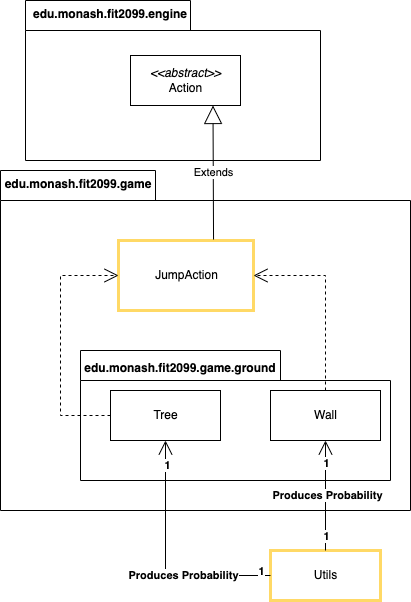
Above: design-docs/REQ2_classdiagram.png in syedzubinhafiz/supermario (draw.io), before the change. Source tidied: cells renumbered, new cells last; positions are measured from the earlier drawing's top-left corner, leaving out a move shared by most shapes.
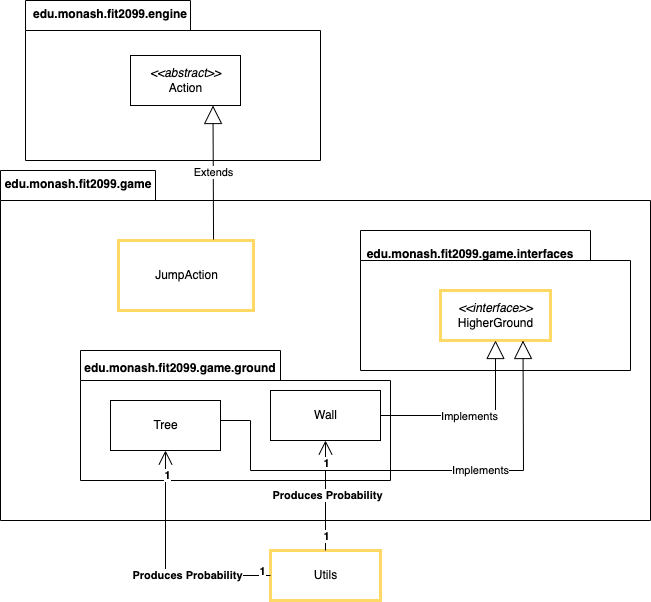
After the commit.

Commit message:
updated sequence and class diagram for req2

Diff of the diagram source:
```diff
@@ -3,7 +3,7 @@
     <mxCell id="0" />
     <mxCell id="1" parent="0" />
     <mxCell id="2" style="shape=folder;fontStyle=1;spacingTop=10;tabWidth=155;tabHeight=30;tabPosition=left;html=1;" parent="1" vertex="1">
-      <mxGeometry y="170" width="410" height="340" as="geometry" />
+      <mxGeometry y="170" width="650" height="350" as="geometry" />
     </mxCell>
     <mxCell id="3" value="JumpAction" style="html=1;strokeWidth=3;strokeColor=#FFD966;" parent="1" vertex="1">
       <mxGeometry x="118" y="240" width="135" height="70" as="geometry" />
@@ -30,26 +30,11 @@
       <mxGeometry x="80" y="350" width="310" height="130" as="geometry" />
     </mxCell>
     <mxCell id="11" value="Tree" style="html=1;strokeColor=#000000;strokeWidth=1;" parent="1" vertex="1">
-      <mxGeometry x="110" y="390" width="110" height="50" as="geometry" />
+      <mxGeometry x="110" y="400" width="110" height="50" as="geometry" />
     </mxCell>
     <mxCell id="12" value="Wall" style="html=1;strokeColor=#000000;strokeWidth=1;" parent="1" vertex="1">
       <mxGeometry x="270" y="390" width="110" height="50" as="geometry" />
     </mxCell>
-    <mxCell id="13" style="endArrow=open;endSize=12;dashed=1;html=1;rounded=0;exitX=0;exitY=0.5;exitDx=0;exitDy=0;entryX=0;entryY=0.5;entryDx=0;entryDy=0;" parent="1" edge="1" source="11" target="3">
-      <mxGeometry relative="1" as="geometry">
-        <Array as="points">
-          <mxPoint x="60" y="415" />
-          <mxPoint x="60" y="275" />
-        </Array>
-      </mxGeometry>
-    </mxCell>
-    <mxCell id="14" style="endArrow=open;endSize=12;dashed=1;html=1;rounded=0;entryX=1;entryY=0.5;entryDx=0;entryDy=0;exitX=0.5;exitY=0;exitDx=0;exitDy=0;" parent="1" edge="1" source="12" target="3">
-      <mxGeometry relative="1" as="geometry">
-        <Array as="points">
-          <mxPoint x="325" y="275" />
-        </Array>
-      </mxGeometry>
-    </mxCell>
     <mxCell id="15" style="endArrow=open;endFill=1;endSize=12;html=1;rounded=0;exitX=0.5;exitY=0;exitDx=0;exitDy=0;entryX=0.5;entryY=1;entryDx=0;entryDy=0;" parent="1" edge="1" source="9" target="12">
       <mxGeometry relative="1" as="geometry" />
     </mxCell>
@@ -85,5 +70,37 @@
     <mxCell id="23" value="&lt;b&gt;Produces Probability&lt;/b&gt;" style="edgeLabel;html=1;align=center;verticalAlign=middle;" parent="20" vertex="1">
       <mxGeometry x="-0.27" y="-1" relative="1" as="geometry" />
     </mxCell>
+    <mxCell id="24" style="shape=folder;fontStyle=1;spacingTop=10;tabWidth=230;tabHeight=30;tabPosition=left;html=1;" parent="1" vertex="1">
+      <mxGeometry x="360" y="230" width="270" height="140" as="geometry" />
+    </mxCell>
+    <mxCell id="25" value="edu.monash.fit2099.game.interfaces" style="text;align=center;fontStyle=1;verticalAlign=middle;spacingLeft=3;spacingRight=3;strokeColor=none;" parent="1" vertex="1">
+      <mxGeometry x="430" y="240" width="80" height="26" as="geometry" />
+    </mxCell>
+    <mxCell id="26" value="&lt;i&gt;&amp;lt;&amp;lt;interface&amp;gt;&amp;gt;&lt;/i&gt;&lt;br&gt;HigherGround" style="html=1;strokeWidth=3;strokeColor=#FFD966;" parent="1" vertex="1">
+      <mxGeometry x="440" y="290" width="110" height="50" as="geometry" />
+    </mxCell>
+    <mxCell id="27" style="endArrow=block;endSize=16;endFill=0;html=1;rounded=0;exitX=1;exitY=0.5;exitDx=0;exitDy=0;entryX=0.5;entryY=1;entryDx=0;entryDy=0;" parent="1" edge="1" source="12" target="26">
+      <mxGeometry x="0.22" y="-37" relative="1" as="geometry">
+        <Array as="points">
+          <mxPoint x="495" y="415" />
+        </Array>
+        <mxPoint x="-1" as="offset" />
+      </mxGeometry>
+    </mxCell>
+    <mxCell id="28" value="Implements" style="edgeLabel;html=1;align=center;verticalAlign=middle;" parent="27" vertex="1">
+      <mxGeometry x="-0.07" y="1" relative="1" as="geometry">
+        <mxPoint y="1" as="offset" />
+      </mxGeometry>
+    </mxCell>
+    <mxCell id="29" value="Implements" style="endArrow=block;endSize=16;endFill=0;html=1;rounded=0;entryX=0.75;entryY=1;entryDx=0;entryDy=0;" parent="1" edge="1" target="26">
+      <mxGeometry x="0.28" relative="1" as="geometry">
+        <mxPoint x="220" y="420" as="sourcePoint" />
+        <Array as="points">
+          <mxPoint x="250" y="420" />
+          <mxPoint x="250" y="470" />
+          <mxPoint x="523" y="470" />
+        </Array>
+      </mxGeometry>
+    </mxCell>
   </root>
 </mxGraphModel>
```
